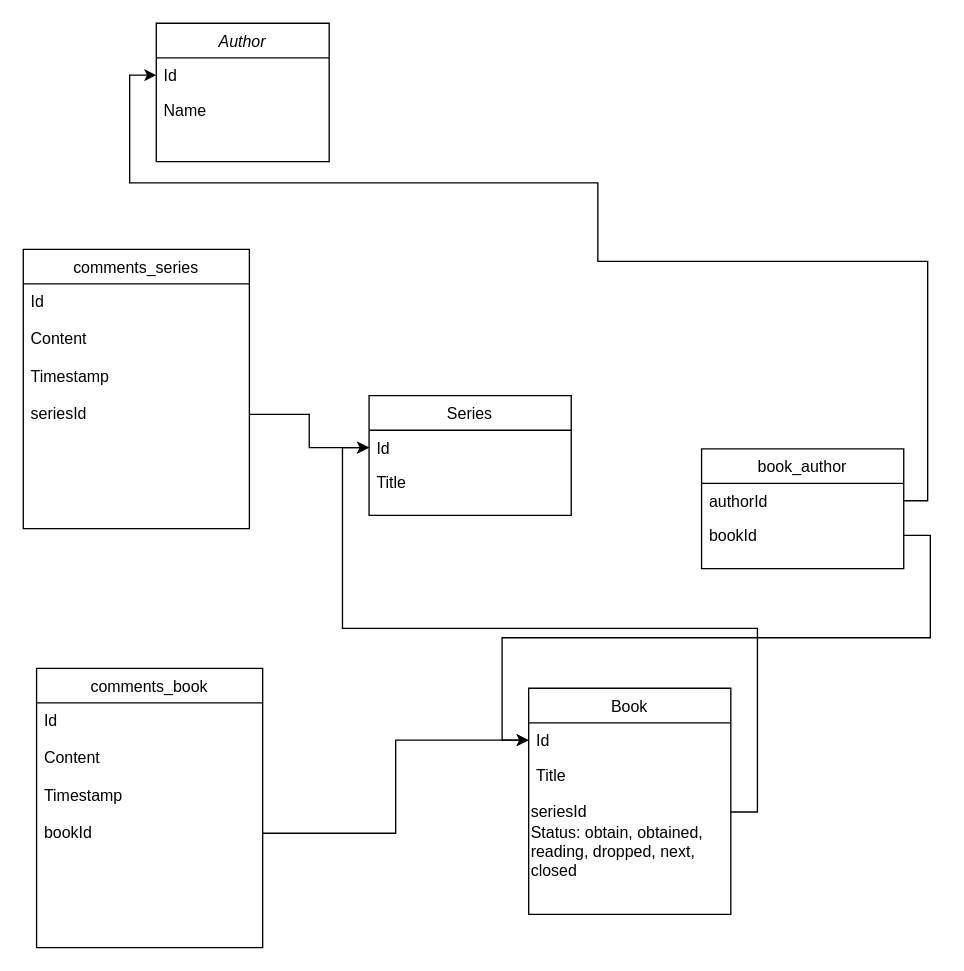
This is docs/dataEntities.drawio from tertortoise/pp_readLedger, a draw.io file, before an edit. Source tidied: cells renumbered, new cells numbered last; positions are measured from the earlier drawing's top-left corner, leaving out a move shared by most shapes. Both pictures are drawn from the tidied source at 133%, with x=0, y=0 at pixel (23, 23).
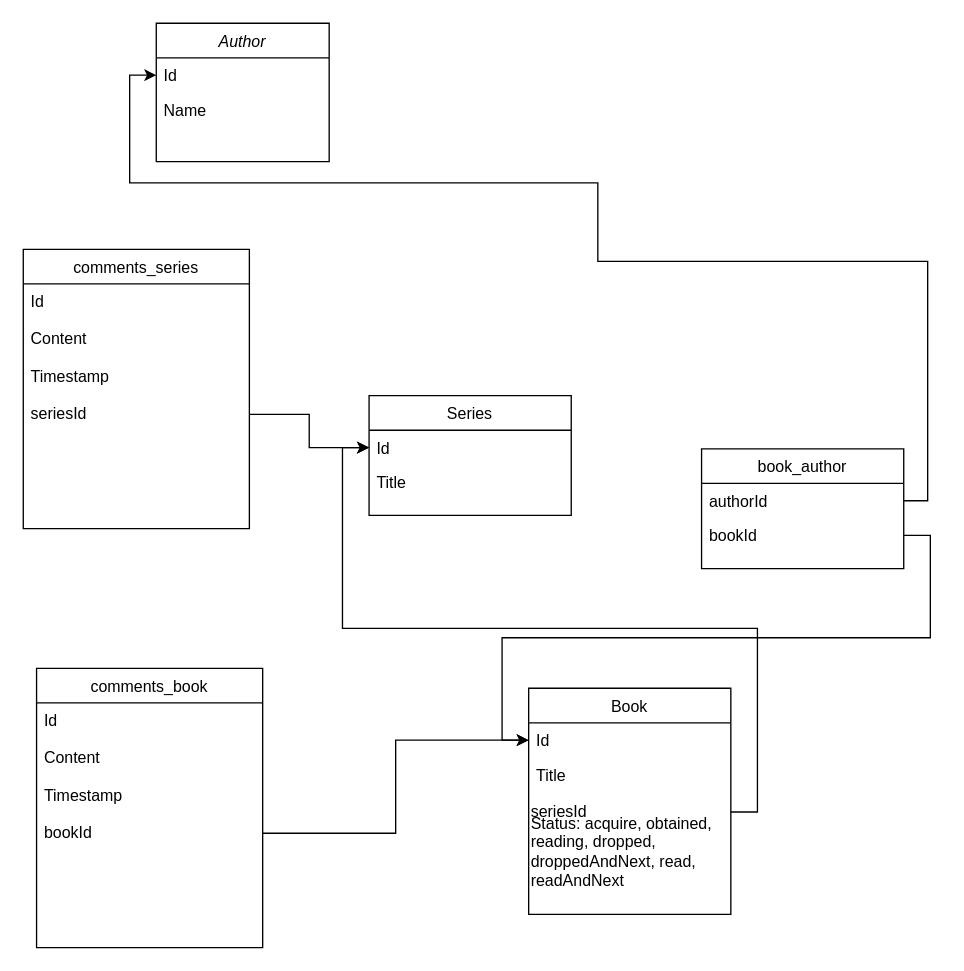
Above is the later version.

The change refers to these unchanged cells:
```xml
<mxCell id="16" value="Book" style="swimlane;fontStyle=0;align=center;verticalAlign=top;horizontal=1;startSize=26;rounded=0;shadow=0;strokeWidth=1;" parent="1" vertex="1">
  <mxGeometry x="380" y="500" width="152" height="170" as="geometry" />
</mxCell>
```

Diff of the diagram source:
```diff
@@
-    <mxCell id="20" value="Status: obtain, obtained, reading, dropped, next, closed" style="text;html=1;strokeColor=none;fillColor=none;align=left;verticalAlign=middle;whiteSpace=wrap;rounded=0;" parent="16" vertex="1">
+    <mxCell id="20" value="Status: acquire, obtained, reading, dropped, droppedAndNext, read, readAndNext" style="text;html=1;strokeColor=none;fillColor=none;align=left;verticalAlign=middle;whiteSpace=wrap;rounded=0;" parent="16" vertex="1">
       <mxGeometry y="108" width="152" height="30" as="geometry" />
     </mxCell>
```
